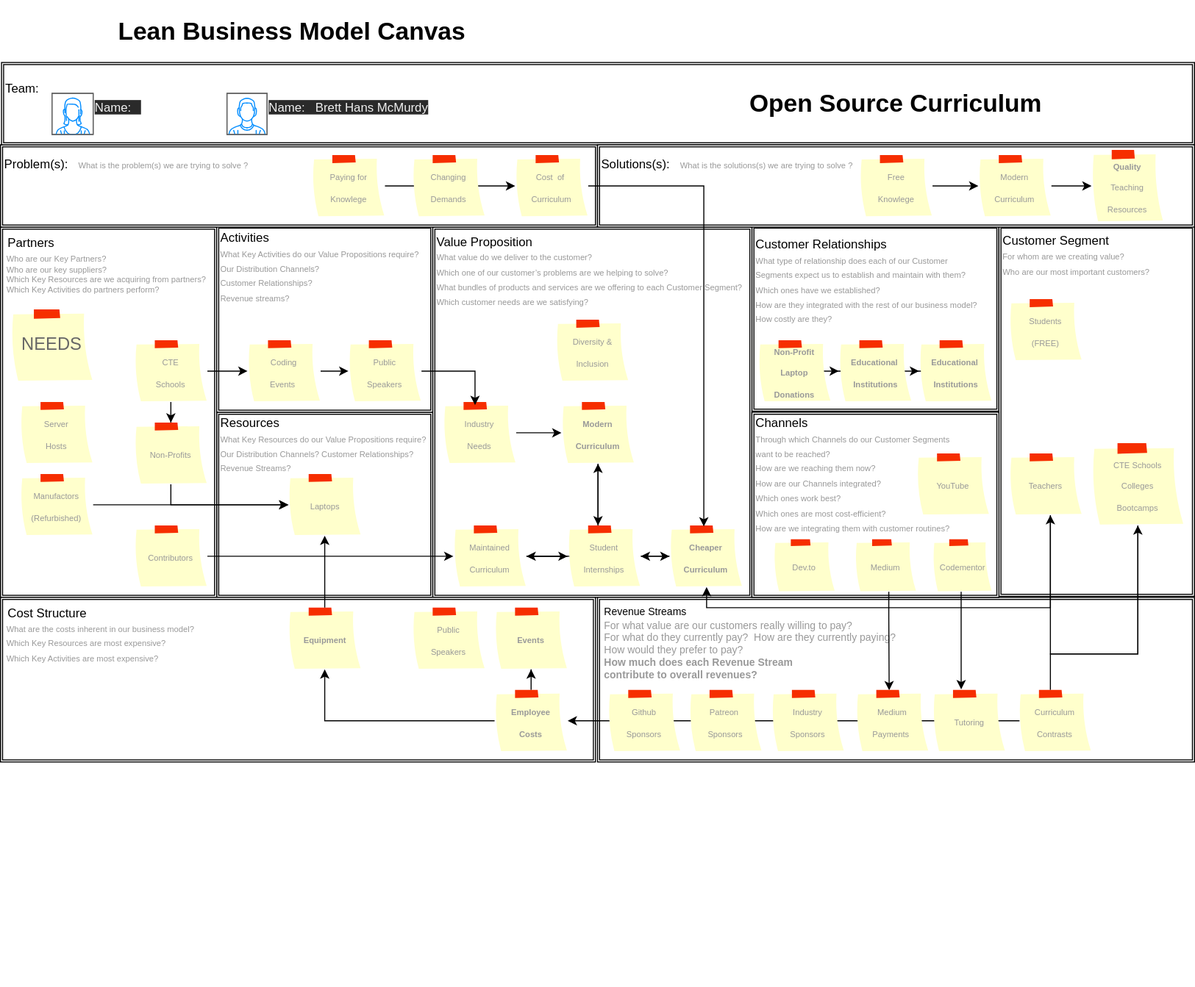
The draw.io diagram Business Plan/leanBusinessModelCanvas.drawio.svg in JavaScript-Open-Curriculum-Foundation/JS-OSC, before a commit. Source tidied: cells renumbered, new cells last; positions are measured from the earlier drawing's top-left corner, leaving out a move shared by most shapes.
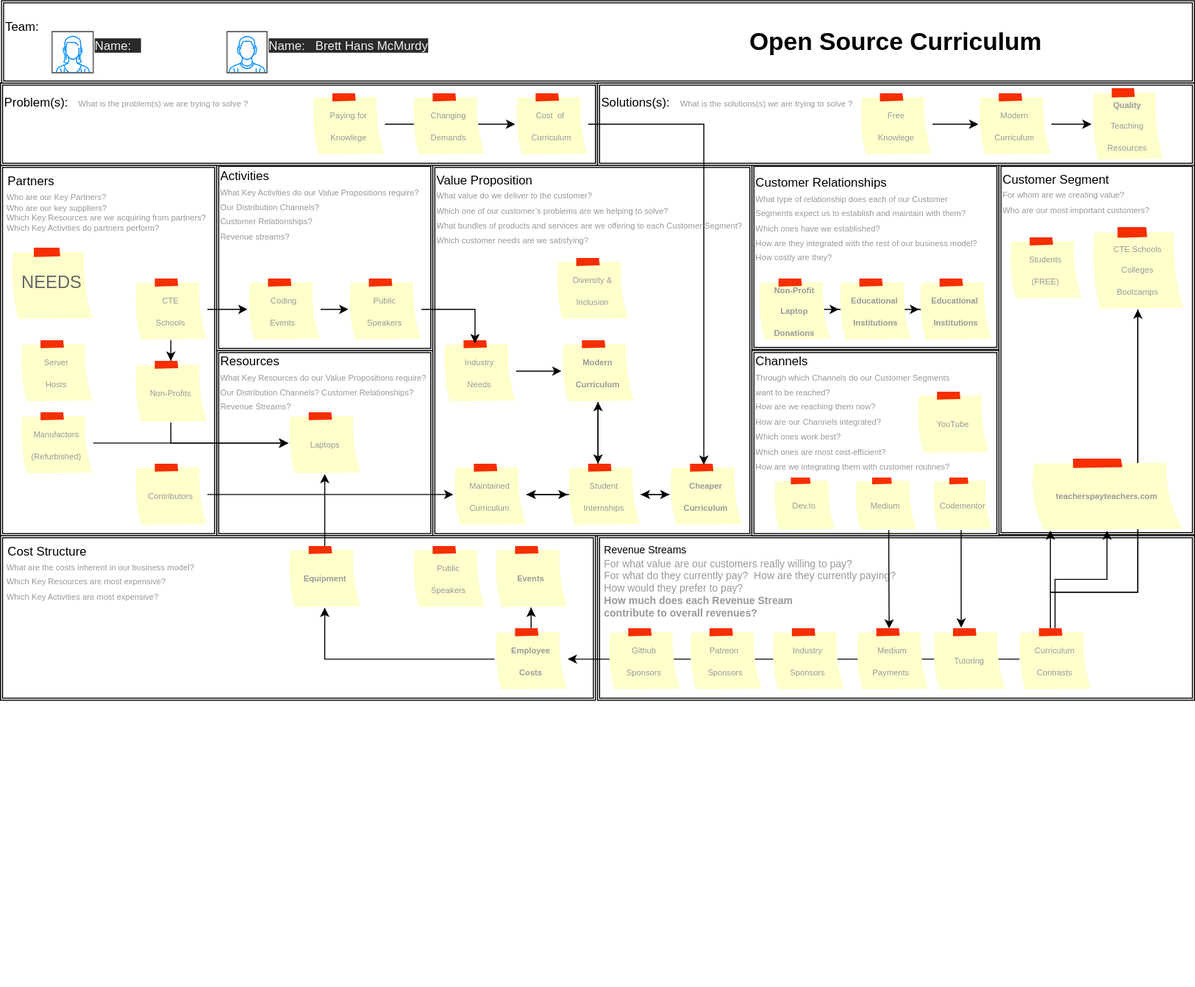
After the change.

Commit message:
add an MVP outline and refine business plan

Diff of the diagram source:
```diff
@@ -26,9 +26,6 @@
     <mxCell id="9" value="&lt;div style=&quot;text-align: justify&quot;&gt;&lt;span&gt;&lt;font style=&quot;font-size: 10px&quot;&gt;&amp;nbsp;Revenue Streams&lt;br&gt;&lt;div style=&quot;text-align: justify&quot;&gt;&lt;span id=&quot;docs-internal-guid-e0f01c76-7fff-c873-e75b-f44abc682821&quot;&gt;&lt;p dir=&quot;ltr&quot; style=&quot;line-height: 1.2 ; margin-top: 0pt ; margin-bottom: 0pt&quot;&gt;&lt;span style=&quot;font-family: &amp;#34;arial&amp;#34; ; color: rgb(153 , 153 , 153) ; background-color: transparent ; vertical-align: baseline&quot;&gt;&amp;nbsp;For what value are our customers really willing to pay?&lt;/span&gt;&lt;span style=&quot;font-family: &amp;#34;arial&amp;#34; ; color: rgb(153 , 153 , 153) ; background-color: transparent ; vertical-align: baseline&quot;&gt;&lt;br&gt;&lt;/span&gt;&lt;span style=&quot;font-family: &amp;#34;arial&amp;#34; ; color: rgb(153 , 153 , 153) ; background-color: transparent ; vertical-align: baseline&quot;&gt;&amp;nbsp;For what do they currently pay?&amp;nbsp;&lt;/span&gt;&lt;span style=&quot;font-family: &amp;#34;arial&amp;#34; ; color: rgb(153 , 153 , 153) ; background-color: transparent ; vertical-align: baseline&quot;&gt;How are they currently paying?&lt;/span&gt;&lt;span style=&quot;font-family: &amp;#34;arial&amp;#34; ; color: rgb(153 , 153 , 153) ; background-color: transparent ; vertical-align: baseline&quot;&gt;&lt;br&gt;&lt;/span&gt;&lt;span style=&quot;font-family: &amp;#34;arial&amp;#34; ; color: rgb(153 , 153 , 153) ; background-color: transparent ; vertical-align: baseline&quot;&gt;&amp;nbsp;How would they prefer to pay?&lt;/span&gt;&lt;span style=&quot;font-family: &amp;#34;arial&amp;#34; ; color: rgb(153 , 153 , 153) ; background-color: transparent ; vertical-align: baseline&quot;&gt;&lt;br&gt;&lt;/span&gt;&lt;span style=&quot;font-family: &amp;#34;arial&amp;#34; ; color: rgb(153 , 153 , 153) ; background-color: transparent ; vertical-align: baseline&quot;&gt;&lt;b&gt;&amp;nbsp;How much does each Revenue Stream&lt;br&gt;&amp;nbsp;contribute to overall revenues?&lt;/b&gt;&lt;/span&gt;&lt;/p&gt;&lt;/span&gt;&lt;/div&gt;&lt;/font&gt;&lt;/span&gt;&lt;/div&gt;&lt;div style=&quot;text-align: justify&quot;&gt;&lt;span&gt;&lt;font size=&quot;3&quot;&gt;&lt;br&gt;&lt;/font&gt;&lt;/span&gt;&lt;/div&gt;&lt;div style=&quot;text-align: justify&quot;&gt;&lt;span&gt;&lt;font size=&quot;3&quot;&gt;&lt;br&gt;&lt;/font&gt;&lt;/span&gt;&lt;/div&gt;&lt;div style=&quot;text-align: justify&quot;&gt;&lt;span&gt;&lt;font size=&quot;3&quot;&gt;&lt;br&gt;&lt;/font&gt;&lt;/span&gt;&lt;/div&gt;&lt;div style=&quot;text-align: justify&quot;&gt;&lt;br&gt;&lt;/div&gt;" style="shape=ext;double=1;rounded=0;whiteSpace=wrap;html=1;align=left;" parent="1" vertex="1">
       <mxGeometry x="580" y="580" width="580" height="160" as="geometry" />
     </mxCell>
-    <mxCell id="10" value="&lt;h1&gt;Lean Business Model Canvas&amp;nbsp;&amp;nbsp;&lt;/h1&gt;" style="text;html=1;strokeColor=none;fillColor=none;align=center;verticalAlign=middle;whiteSpace=wrap;rounded=0;" parent="1" vertex="1">
-      <mxGeometry width="580" height="60" as="geometry" />
-    </mxCell>
     <mxCell id="11" value="Problem(s):&amp;nbsp;&amp;nbsp;&lt;span style=&quot;background-color: transparent ; color: rgb(153 , 153 , 153) ; font-family: &amp;#34;arial&amp;#34; ; font-size: 6pt&quot;&gt;What is the problem(s) we are trying to solve ?&lt;br&gt;&lt;br&gt;&lt;br&gt;&lt;br&gt;&lt;/span&gt;" style="shape=ext;double=1;rounded=0;whiteSpace=wrap;html=1;align=left;" parent="1" vertex="1">
       <mxGeometry y="140" width="580" height="80" as="geometry" />
     </mxCell>
@@ -55,8 +52,8 @@
     </mxCell>
     <mxCell id="19" style="edgeStyle=orthogonalEdgeStyle;rounded=0;orthogonalLoop=1;jettySize=auto;html=1;exitX=0.5;exitY=1;exitDx=0;exitDy=0;" parent="1" edge="1">
       <mxGeometry relative="1" as="geometry">
-        <mxPoint x="545" y="950" as="sourcePoint" />
-        <mxPoint x="545" y="950" as="targetPoint" />
+        <mxPoint x="585" y="1010" as="sourcePoint" />
+        <mxPoint x="585" y="1010" as="targetPoint" />
       </mxGeometry>
     </mxCell>
     <mxCell id="20" value="Solutions(s):&amp;nbsp;&amp;nbsp;&lt;span style=&quot;background-color: transparent ; color: rgb(153 , 153 , 153) ; font-family: &amp;#34;arial&amp;#34; ; font-size: 6pt&quot;&gt;What is the solutions(s) we are trying to solve ?&lt;br&gt;&lt;br&gt;&lt;br&gt;&lt;br&gt;&lt;/span&gt;" style="shape=ext;double=1;rounded=0;whiteSpace=wrap;html=1;align=left;" parent="1" vertex="1">
@@ -94,30 +91,15 @@
         </Array>
       </mxGeometry>
     </mxCell>
+    <mxCell id="91" style="edgeStyle=orthogonalEdgeStyle;rounded=0;jettySize=auto;html=1;" parent="1" edge="1" source="30" target="93">
+      <mxGeometry relative="1" as="geometry" />
+    </mxCell>
     <mxCell id="30" value="&lt;span style=&quot;text-align: left&quot;&gt;&lt;font color=&quot;#999999&quot; face=&quot;arial&quot;&gt;&lt;span style=&quot;font-size: 8px&quot;&gt;Curriculum Contrasts&lt;/span&gt;&lt;/font&gt;&lt;br&gt;&lt;/span&gt;" style="strokeWidth=1;shadow=0;dashed=0;align=center;html=1;shape=mxgraph.mockup.text.stickyNote2;fontColor=#666666;mainText=;fontSize=17;whiteSpace=wrap;fillColor=#ffffcc;strokeColor=#F62E00;padding=0;margin=0;" parent="1" vertex="1">
       <mxGeometry x="989" y="670" width="71" height="60" as="geometry" />
     </mxCell>
-    <mxCell id="31" style="edgeStyle=orthogonalEdgeStyle;rounded=0;jettySize=auto;html=1;" parent="1" edge="1" source="32" target="34">
-      <mxGeometry relative="1" as="geometry">
-        <Array as="points">
-          <mxPoint x="1020" y="635" />
-        </Array>
-      </mxGeometry>
-    </mxCell>
     <mxCell id="32" value="&lt;span style=&quot;text-align: left&quot;&gt;&lt;font color=&quot;#999999&quot; face=&quot;arial&quot;&gt;&lt;span style=&quot;font-size: 8px&quot;&gt;CTE Schools&lt;br&gt;Colleges&lt;br&gt;Bootcamps&lt;/span&gt;&lt;/font&gt;&lt;br&gt;&lt;/span&gt;" style="strokeWidth=1;shadow=0;dashed=0;align=center;html=1;shape=mxgraph.mockup.text.stickyNote2;fontColor=#666666;mainText=;fontSize=17;whiteSpace=wrap;fillColor=#ffffcc;strokeColor=#F62E00;padding=0;margin=0;" parent="1" vertex="1">
-      <mxGeometry x="1060" y="430" width="90" height="80" as="geometry" />
+      <mxGeometry x="1060" y="280" width="90" height="80" as="geometry" />
     </mxCell>
-    <mxCell id="33" style="edgeStyle=orthogonalEdgeStyle;rounded=0;jettySize=auto;html=1;shadow=0;" parent="1" edge="1" source="34" target="36">
-      <mxGeometry relative="1" as="geometry">
-        <Array as="points">
-          <mxPoint x="1020" y="590" />
-          <mxPoint x="686" y="590" />
-        </Array>
-      </mxGeometry>
-    </mxCell>
-    <mxCell id="34" value="&lt;span style=&quot;text-align: left&quot;&gt;&lt;font color=&quot;#999999&quot; face=&quot;arial&quot;&gt;&lt;span style=&quot;font-size: 8px&quot;&gt;Teachers&lt;/span&gt;&lt;/font&gt;&lt;br&gt;&lt;/span&gt;" style="strokeWidth=1;shadow=0;dashed=0;align=center;html=1;shape=mxgraph.mockup.text.stickyNote2;fontColor=#666666;mainText=;fontSize=17;whiteSpace=wrap;fillColor=#ffffcc;strokeColor=#F62E00;padding=0;margin=0;" parent="1" vertex="1">
-      <mxGeometry x="980" y="440" width="71" height="60" as="geometry" />
-    </mxCell>
     <mxCell id="35" style="edgeStyle=orthogonalEdgeStyle;rounded=0;jettySize=auto;html=1;" parent="1" edge="1" source="36" target="80">
       <mxGeometry relative="1" as="geometry" />
     </mxCell>
@@ -312,5 +294,15 @@
     <mxCell id="90" value="&lt;span style=&quot;text-align: left&quot;&gt;&lt;font color=&quot;#999999&quot; face=&quot;arial&quot;&gt;&lt;span style=&quot;font-size: 8px&quot;&gt;Server&lt;br&gt;Hosts&lt;/span&gt;&lt;/font&gt;&lt;br&gt;&lt;/span&gt;" style="strokeWidth=1;shadow=0;dashed=0;align=center;html=1;shape=mxgraph.mockup.text.stickyNote2;fontColor=#666666;mainText=;fontSize=17;whiteSpace=wrap;fillColor=#ffffcc;strokeColor=#F62E00;padding=0;margin=0;" parent="1" vertex="1">
       <mxGeometry x="19" y="390" width="71" height="60" as="geometry" />
     </mxCell>
+    <mxCell id="92" style="edgeStyle=orthogonalEdgeStyle;rounded=0;jettySize=auto;html=1;" parent="1" edge="1" source="32" target="93">
+      <mxGeometry relative="1" as="geometry">
+        <Array as="points">
+          <mxPoint x="1020" y="635" />
+        </Array>
+      </mxGeometry>
+    </mxCell>
+    <mxCell id="93" value="&lt;span style=&quot;text-align: left&quot;&gt;&lt;font color=&quot;#999999&quot; face=&quot;arial&quot;&gt;&lt;span style=&quot;font-size: 8px&quot;&gt;&lt;b&gt;teacherspayteachers.com&lt;/b&gt;&lt;/span&gt;&lt;/font&gt;&lt;br&gt;&lt;/span&gt;" style="strokeWidth=1;shadow=0;dashed=0;align=center;html=1;shape=mxgraph.mockup.text.stickyNote2;fontColor=#666666;mainText=;fontSize=17;whiteSpace=wrap;fillColor=#ffffcc;strokeColor=#F62E00;padding=0;margin=0;" parent="1" vertex="1">
+      <mxGeometry x="1000" y="505" width="150" height="70" as="geometry" />
+    </mxCell>
   </root>
 </mxGraphModel>
```
